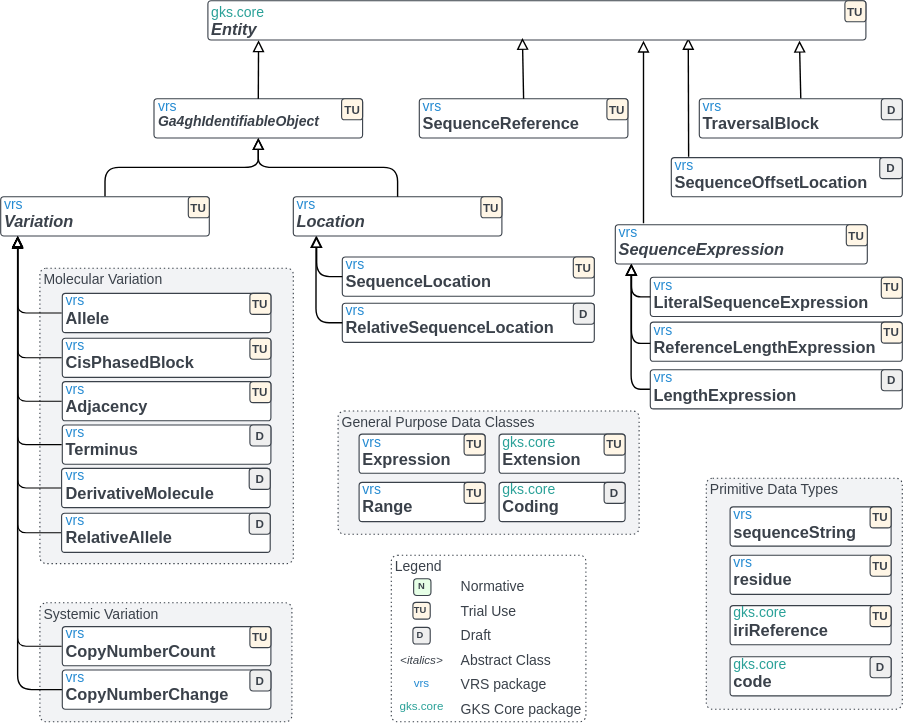
Earlier version of the draw.io export docs/source/images/schema-current.drawio.svg (ga4gh/vrs). Source tidied: cells renumbered, new cells last; positions are measured from the earlier drawing's top-left corner, leaving out a move shared by most shapes.
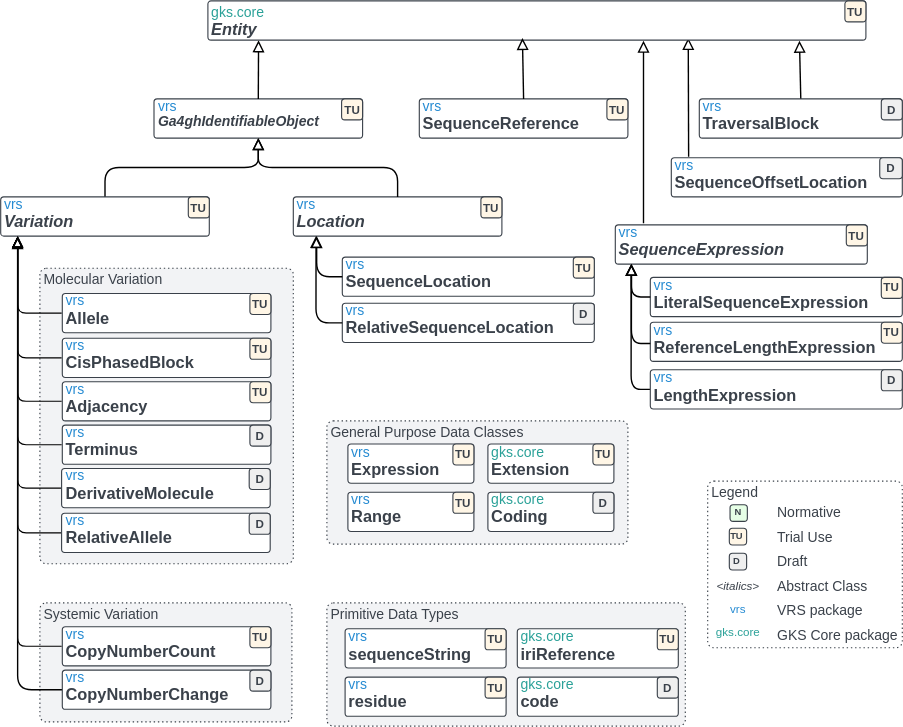
The same file after the commit.

What changed in the source:
```diff
@@ -153,7 +153,7 @@
       <mxGeometry relative="1" as="geometry" />
     </mxCell>
     <mxCell id="52" style="group;" parent="1" vertex="1">
-      <mxGeometry x="279" y="396" width="139" height="119" as="geometry" />
+      <mxGeometry x="505" y="343" width="139" height="119" as="geometry" />
     </mxCell>
     <mxCell id="53" value="Legend" style="html=1;overflow=block;blockSpacing=1;whiteSpace=wrap;fontSize=10;fontColor=#3a414a;align=left;spacing=3.8;verticalAlign=top;strokeColor=#3a414a;strokeOpacity=100;fillOpacity=0;rounded=1;absoluteArcSize=1;arcSize=9;fillColor=#000000;dashed=1;fixDash=1;dashPattern=1 2;strokeWidth=0.8;lucidId=AEXkP96FVipG;" parent="52" vertex="1">
       <mxGeometry width="139" height="119" as="geometry" />
@@ -216,7 +216,7 @@
       <mxGeometry x="603" width="15" height="15" as="geometry" />
     </mxCell>
     <mxCell id="73" style="group;" parent="1" vertex="1">
-      <mxGeometry x="241" y="293" width="215" height="88" as="geometry" />
+      <mxGeometry x="233" y="300" width="256" height="218" as="geometry" />
     </mxCell>
     <mxCell id="74" value="General Purpose Data Classes" style="html=1;overflow=block;blockSpacing=1;whiteSpace=wrap;fontSize=10;fontColor=#3a414a;align=left;spacing=3.8;verticalAlign=top;strokeColor=#3a414a;strokeOpacity=100;fillOpacity=100;rounded=1;absoluteArcSize=1;arcSize=9;fillColor=#f2f3f5;dashed=1;fixDash=1;dashPattern=1 2;strokeWidth=0.8;lucidId=CoVkA3fOD~97;" parent="73" vertex="1">
       <mxGeometry width="215" height="88" as="geometry" />
@@ -245,36 +245,36 @@
     <mxCell id="82" value="TU" style="html=1;overflow=block;blockSpacing=1;whiteSpace=wrap;fontSize=8.3;fontColor=#3a414a;fontStyle=1;spacing=1.5;verticalAlign=middle;strokeColor=#3a414a;strokeOpacity=100;fillOpacity=100;rounded=1;absoluteArcSize=1;arcSize=4.5;fillColor=#fff6e6;strokeWidth=0.8;lucidId=7Qju0N-RjSqp;" parent="73" vertex="1">
       <mxGeometry x="190" y="16.5" width="15" height="15" as="geometry" />
     </mxCell>
-    <mxCell id="83" style="group;" parent="1" vertex="1">
-      <mxGeometry x="504" y="341" width="140" height="174" as="geometry" />
-    </mxCell>
-    <mxCell id="84" value="Primitive Data Types" style="html=1;overflow=block;blockSpacing=1;whiteSpace=wrap;fontSize=10;fontColor=#3a414a;align=left;spacing=3.8;verticalAlign=top;strokeColor=#3a414a;strokeOpacity=100;fillOpacity=100;rounded=1;absoluteArcSize=1;arcSize=9;fillColor=#f2f3f5;dashed=1;fixDash=1;dashPattern=1 2;strokeWidth=0.8;lucidId=.pVk5ki9_3zV;" parent="83" vertex="1">
-      <mxGeometry width="140" height="165" as="geometry" />
+    <mxCell id="84" value="&lt;span style=&quot;color: rgb(58, 65, 74);&quot;&gt;Primitive Data Types&lt;/span&gt;" style="html=1;overflow=block;blockSpacing=1;whiteSpace=wrap;fontSize=10;fontColor=#3a414a;align=left;spacing=3.8;verticalAlign=top;strokeColor=#3a414a;strokeOpacity=100;fillOpacity=100;rounded=1;absoluteArcSize=1;arcSize=9;fillColor=#f2f3f5;dashed=1;fixDash=1;dashPattern=1 2;strokeWidth=0.8;lucidId=CoVkA3fOD~97;" parent="73" vertex="1">
+      <mxGeometry y="130" width="256" height="88" as="geometry" />
     </mxCell>
-    <mxCell id="85" value="&lt;div style=&quot;display: flex; justify-content: flex-start; text-align: left; align-items: baseline; font-size: 0; line-height: 1.25;margin-left: 0.8px;margin-top: -2px;&quot;&gt;&lt;span&gt;&lt;span style=&quot;font-size: 10px; color: rgb(38, 139, 210);&quot;&gt;vrs&lt;br&gt;&lt;/span&gt;&lt;/span&gt;&lt;/div&gt;&lt;div style=&quot;display: flex; justify-content: flex-start; text-align: left; align-items: baseline; font-size: 0; line-height: 1.25;margin-left: 0.8px;margin-top: -2px;&quot;&gt;&lt;span&gt;&lt;span style=&quot;font-size: 11.7px; color: rgb(58, 65, 74); font-weight: bold;&quot;&gt;sequenceString&lt;/span&gt;&lt;/span&gt;&lt;/div&gt;" style="html=1;overflow=block;blockSpacing=1;whiteSpace=wrap;fontSize=13;align=left;spacing=2.3;verticalAlign=top;strokeColor=#3a414a;strokeOpacity=100;fillOpacity=100;rounded=1;absoluteArcSize=1;arcSize=4.5;fillColor=#ffffff;strokeWidth=0.8;lucidId=C9Uk16DuGo.1;" parent="83" vertex="1">
-      <mxGeometry x="17" y="20.5" width="115" height="28" as="geometry" />
-    </mxCell>
-    <mxCell id="86" value="&lt;div style=&quot;display: flex; justify-content: flex-start; text-align: left; align-items: baseline; font-size: 0; line-height: 1.25;margin-left: 0.8px;margin-top: -2px;&quot;&gt;&lt;span&gt;&lt;span style=&quot;font-size: 10px; color: rgb(38, 139, 210);&quot;&gt;vrs&lt;br&gt;&lt;/span&gt;&lt;/span&gt;&lt;/div&gt;&lt;div style=&quot;display: flex; justify-content: flex-start; text-align: left; align-items: baseline; font-size: 0; line-height: 1.25;margin-left: 0.8px;margin-top: -2px;&quot;&gt;&lt;span&gt;&lt;span style=&quot;font-size: 11.7px; color: rgb(58, 65, 74); font-weight: bold;&quot;&gt;residue&lt;/span&gt;&lt;/span&gt;&lt;/div&gt;" style="html=1;overflow=block;blockSpacing=1;whiteSpace=wrap;fontSize=13;align=left;spacing=2.3;verticalAlign=top;strokeColor=#3a414a;strokeOpacity=100;fillOpacity=100;rounded=1;absoluteArcSize=1;arcSize=4.5;fillColor=#ffffff;strokeWidth=0.8;lucidId=C9Uk16DuGo.1;" parent="83" vertex="1">
-      <mxGeometry x="17" y="55" width="115" height="28" as="geometry" />
+    <mxCell id="86" value="&lt;div style=&quot;display: flex; justify-content: flex-start; text-align: left; align-items: baseline; font-size: 0; line-height: 1.25;margin-left: 0.8px;margin-top: -2px;&quot;&gt;&lt;span&gt;&lt;span style=&quot;font-size: 10px; color: rgb(38, 139, 210);&quot;&gt;vrs&lt;br&gt;&lt;/span&gt;&lt;/span&gt;&lt;/div&gt;&lt;div style=&quot;display: flex; justify-content: flex-start; text-align: left; align-items: baseline; font-size: 0; line-height: 1.25;margin-left: 0.8px;margin-top: -2px;&quot;&gt;&lt;span&gt;&lt;span style=&quot;font-size: 11.7px; color: rgb(58, 65, 74); font-weight: bold;&quot;&gt;residue&lt;/span&gt;&lt;/span&gt;&lt;/div&gt;" style="html=1;overflow=block;blockSpacing=1;whiteSpace=wrap;fontSize=13;align=left;spacing=2.3;verticalAlign=top;strokeColor=#3a414a;strokeOpacity=100;fillOpacity=100;rounded=1;absoluteArcSize=1;arcSize=4.5;fillColor=#ffffff;strokeWidth=0.8;lucidId=C9Uk16DuGo.1;" parent="73" vertex="1">
+      <mxGeometry x="13" y="183" width="115" height="28" as="geometry" />
     </mxCell>
-    <mxCell id="87" value="&lt;div style=&quot;display: flex; justify-content: flex-start; text-align: left; align-items: baseline; font-size: 0; line-height: 1.25;margin-left: 0.8px;margin-top: -2px;&quot;&gt;&lt;span&gt;&lt;span style=&quot;font-size: 10px;&quot;&gt;&lt;font style=&quot;color: rgb(42, 161, 152);&quot;&gt;gks.core&lt;/font&gt;&lt;br&gt;&lt;/span&gt;&lt;/span&gt;&lt;/div&gt;&lt;div style=&quot;display: flex; justify-content: flex-start; text-align: left; align-items: baseline; font-size: 0; line-height: 1.25;margin-left: 0.8px;margin-top: -2px;&quot;&gt;&lt;span&gt;&lt;span style=&quot;font-size: 11.7px; color: rgb(58, 65, 74); font-weight: bold;&quot;&gt;iriReference&lt;/span&gt;&lt;/span&gt;&lt;/div&gt;" style="html=1;overflow=block;blockSpacing=1;whiteSpace=wrap;fontSize=13;align=left;spacing=2.3;verticalAlign=top;strokeColor=#3a414a;strokeOpacity=100;fillOpacity=100;rounded=1;absoluteArcSize=1;arcSize=4.5;fillColor=#ffffff;strokeWidth=0.8;lucidId=C9Uk16DuGo.1;" parent="83" vertex="1">
-      <mxGeometry x="17" y="91" width="115" height="28" as="geometry" />
+    <mxCell id="87" value="&lt;div style=&quot;display: flex; justify-content: flex-start; text-align: left; align-items: baseline; font-size: 0; line-height: 1.25;margin-left: 0.8px;margin-top: -2px;&quot;&gt;&lt;span&gt;&lt;span style=&quot;font-size: 10px;&quot;&gt;&lt;font style=&quot;color: rgb(42, 161, 152);&quot;&gt;gks.core&lt;/font&gt;&lt;br&gt;&lt;/span&gt;&lt;/span&gt;&lt;/div&gt;&lt;div style=&quot;display: flex; justify-content: flex-start; text-align: left; align-items: baseline; font-size: 0; line-height: 1.25;margin-left: 0.8px;margin-top: -2px;&quot;&gt;&lt;span&gt;&lt;span style=&quot;font-size: 11.7px; color: rgb(58, 65, 74); font-weight: bold;&quot;&gt;iriReference&lt;/span&gt;&lt;/span&gt;&lt;/div&gt;" style="html=1;overflow=block;blockSpacing=1;whiteSpace=wrap;fontSize=13;align=left;spacing=2.3;verticalAlign=top;strokeColor=#3a414a;strokeOpacity=100;fillOpacity=100;rounded=1;absoluteArcSize=1;arcSize=4.5;fillColor=#ffffff;strokeWidth=0.8;lucidId=C9Uk16DuGo.1;" parent="73" vertex="1">
+      <mxGeometry x="136" y="148.5" width="115" height="28" as="geometry" />
     </mxCell>
-    <mxCell id="88" value="&lt;div style=&quot;display: flex; justify-content: flex-start; text-align: left; align-items: baseline; font-size: 0; line-height: 1.25;margin-left: 0.8px;margin-top: -2px;&quot;&gt;&lt;span&gt;&lt;span style=&quot;font-size: 10px;&quot;&gt;&lt;font style=&quot;color: rgb(42, 161, 152);&quot;&gt;gks.core&lt;/font&gt;&lt;br&gt;&lt;/span&gt;&lt;/span&gt;&lt;/div&gt;&lt;div style=&quot;display: flex; justify-content: flex-start; text-align: left; align-items: baseline; font-size: 0; line-height: 1.25;margin-left: 0.8px;margin-top: -2px;&quot;&gt;&lt;span&gt;&lt;span style=&quot;font-size: 11.7px; color: rgb(58, 65, 74); font-weight: bold;&quot;&gt;code&lt;/span&gt;&lt;/span&gt;&lt;/div&gt;" style="html=1;overflow=block;blockSpacing=1;whiteSpace=wrap;fontSize=13;align=left;spacing=2.3;verticalAlign=top;strokeColor=#3a414a;strokeOpacity=100;fillOpacity=100;rounded=1;absoluteArcSize=1;arcSize=4.5;fillColor=#ffffff;strokeWidth=0.8;lucidId=C9Uk16DuGo.1;" parent="83" vertex="1">
-      <mxGeometry x="17" y="127.5" width="115" height="28" as="geometry" />
+    <mxCell id="88" value="&lt;div style=&quot;display: flex; justify-content: flex-start; text-align: left; align-items: baseline; font-size: 0; line-height: 1.25;margin-left: 0.8px;margin-top: -2px;&quot;&gt;&lt;span&gt;&lt;span style=&quot;font-size: 10px;&quot;&gt;&lt;font style=&quot;color: rgb(42, 161, 152);&quot;&gt;gks.core&lt;/font&gt;&lt;br&gt;&lt;/span&gt;&lt;/span&gt;&lt;/div&gt;&lt;div style=&quot;display: flex; justify-content: flex-start; text-align: left; align-items: baseline; font-size: 0; line-height: 1.25;margin-left: 0.8px;margin-top: -2px;&quot;&gt;&lt;span&gt;&lt;span style=&quot;font-size: 11.7px; color: rgb(58, 65, 74); font-weight: bold;&quot;&gt;code&lt;/span&gt;&lt;/span&gt;&lt;/div&gt;" style="html=1;overflow=block;blockSpacing=1;whiteSpace=wrap;fontSize=13;align=left;spacing=2.3;verticalAlign=top;strokeColor=#3a414a;strokeOpacity=100;fillOpacity=100;rounded=1;absoluteArcSize=1;arcSize=4.5;fillColor=#ffffff;strokeWidth=0.8;lucidId=C9Uk16DuGo.1;" parent="73" vertex="1">
+      <mxGeometry x="136" y="183" width="115" height="28" as="geometry" />
     </mxCell>
-    <mxCell id="89" value="D" style="html=1;overflow=block;blockSpacing=1;whiteSpace=wrap;fontSize=8.3;fontColor=#3a414a;fontStyle=1;spacing=1.5;verticalAlign=middle;strokeColor=#3a414a;strokeOpacity=100;fillOpacity=100;rounded=1;absoluteArcSize=1;arcSize=4.5;fillColor=#efefef;strokeWidth=0.8;lucidId=W7UkKJsodn35;" parent="83" vertex="1">
-      <mxGeometry x="117" y="127.5" width="15" height="15" as="geometry" />
+    <mxCell id="89" value="D" style="html=1;overflow=block;blockSpacing=1;whiteSpace=wrap;fontSize=8.3;fontColor=#3a414a;fontStyle=1;spacing=1.5;verticalAlign=middle;strokeColor=#3a414a;strokeOpacity=100;fillOpacity=100;rounded=1;absoluteArcSize=1;arcSize=4.5;fillColor=#efefef;strokeWidth=0.8;lucidId=W7UkKJsodn35;" parent="73" vertex="1">
+      <mxGeometry x="236" y="183" width="15" height="15" as="geometry" />
     </mxCell>
-    <mxCell id="90" value="TU" style="html=1;overflow=block;blockSpacing=1;whiteSpace=wrap;fontSize=8.3;fontColor=#3a414a;fontStyle=1;spacing=1.5;verticalAlign=middle;strokeColor=#3a414a;strokeOpacity=100;fillOpacity=100;rounded=1;absoluteArcSize=1;arcSize=4.5;fillColor=#fff6e6;strokeWidth=0.8;lucidId=7Qju0N-RjSqp;" parent="83" vertex="1">
-      <mxGeometry x="117" y="91" width="15" height="15" as="geometry" />
-    </mxCell>
-    <mxCell id="91" value="TU" style="html=1;overflow=block;blockSpacing=1;whiteSpace=wrap;fontSize=8.3;fontColor=#3a414a;fontStyle=1;spacing=1.5;verticalAlign=middle;strokeColor=#3a414a;strokeOpacity=100;fillOpacity=100;rounded=1;absoluteArcSize=1;arcSize=4.5;fillColor=#fff6e6;strokeWidth=0.8;lucidId=7Qju0N-RjSqp;" parent="83" vertex="1">
-      <mxGeometry x="117" y="55" width="15" height="15" as="geometry" />
-    </mxCell>
-    <mxCell id="92" value="TU" style="html=1;overflow=block;blockSpacing=1;whiteSpace=wrap;fontSize=8.3;fontColor=#3a414a;fontStyle=1;spacing=1.5;verticalAlign=middle;strokeColor=#3a414a;strokeOpacity=100;fillOpacity=100;rounded=1;absoluteArcSize=1;arcSize=4.5;fillColor=#fff6e6;strokeWidth=0.8;lucidId=7Qju0N-RjSqp;" parent="83" vertex="1">
-      <mxGeometry x="117" y="20.5" width="15" height="15" as="geometry" />
-    </mxCell>
+    <mxCell id="100" value="TU" style="html=1;overflow=block;blockSpacing=1;whiteSpace=wrap;fontSize=8.3;fontColor=#3a414a;fontStyle=1;spacing=1.5;verticalAlign=middle;strokeColor=#3a414a;strokeOpacity=100;fillOpacity=100;rounded=1;absoluteArcSize=1;arcSize=4.5;fillColor=#fff6e6;strokeWidth=0.8;lucidId=7Qju0N-RjSqp;" parent="73" vertex="1">
+      <mxGeometry x="236" y="148.5" width="15" height="15" as="geometry" />
+    </mxCell>
+    <mxCell id="101" value="TU" style="html=1;overflow=block;blockSpacing=1;whiteSpace=wrap;fontSize=8.3;fontColor=#3a414a;fontStyle=1;spacing=1.5;verticalAlign=middle;strokeColor=#3a414a;strokeOpacity=100;fillOpacity=100;rounded=1;absoluteArcSize=1;arcSize=4.5;fillColor=#fff6e6;strokeWidth=0.8;lucidId=7Qju0N-RjSqp;" parent="73" vertex="1">
+      <mxGeometry x="113" y="183" width="15" height="15" as="geometry" />
+    </mxCell>
+    <mxCell id="102" style="group;" parent="73" vertex="1">
+      <mxGeometry x="13" y="148.5" width="115" height="28" as="geometry" />
+    </mxCell>
+    <mxCell id="85" value="&lt;div style=&quot;display: flex; justify-content: flex-start; text-align: left; align-items: baseline; font-size: 0; line-height: 1.25;margin-left: 0.8px;margin-top: -2px;&quot;&gt;&lt;span&gt;&lt;span style=&quot;font-size: 10px; color: rgb(38, 139, 210);&quot;&gt;vrs&lt;br&gt;&lt;/span&gt;&lt;/span&gt;&lt;/div&gt;&lt;div style=&quot;display: flex; justify-content: flex-start; text-align: left; align-items: baseline; font-size: 0; line-height: 1.25;margin-left: 0.8px;margin-top: -2px;&quot;&gt;&lt;span&gt;&lt;span style=&quot;font-size: 11.7px; color: rgb(58, 65, 74); font-weight: bold;&quot;&gt;sequenceString&lt;/span&gt;&lt;/span&gt;&lt;/div&gt;" style="html=1;overflow=block;blockSpacing=1;whiteSpace=wrap;fontSize=13;align=left;spacing=2.3;verticalAlign=top;strokeColor=#3a414a;strokeOpacity=100;fillOpacity=100;rounded=1;absoluteArcSize=1;arcSize=4.5;fillColor=#ffffff;strokeWidth=0.8;lucidId=C9Uk16DuGo.1;" parent="102" vertex="1">
+      <mxGeometry width="115" height="28" as="geometry" />
+    </mxCell>
+    <mxCell id="103" value="TU" style="html=1;overflow=block;blockSpacing=1;whiteSpace=wrap;fontSize=8.3;fontColor=#3a414a;fontStyle=1;spacing=1.5;verticalAlign=middle;strokeColor=#3a414a;strokeOpacity=100;fillOpacity=100;rounded=1;absoluteArcSize=1;arcSize=4.5;fillColor=#fff6e6;strokeWidth=0.8;lucidId=7Qju0N-RjSqp;" parent="102" vertex="1">
+      <mxGeometry x="100" width="15" height="15" as="geometry" />
+    </mxCell>
     <mxCell id="93" style="shape=connector;rounded=1;html=1;strokeColor=default;align=center;verticalAlign=middle;fontFamily=Helvetica;fontSize=11;fontColor=default;labelBackgroundColor=default;endArrow=block;endFill=0;exitX=0.5;exitY=0;exitDx=0;exitDy=0;entryX=0.478;entryY=0.947;entryDx=0;entryDy=0;entryPerimeter=0;" parent="1" edge="1" source="36" target="71">
       <mxGeometry relative="1" as="geometry" />
     </mxCell>
```
